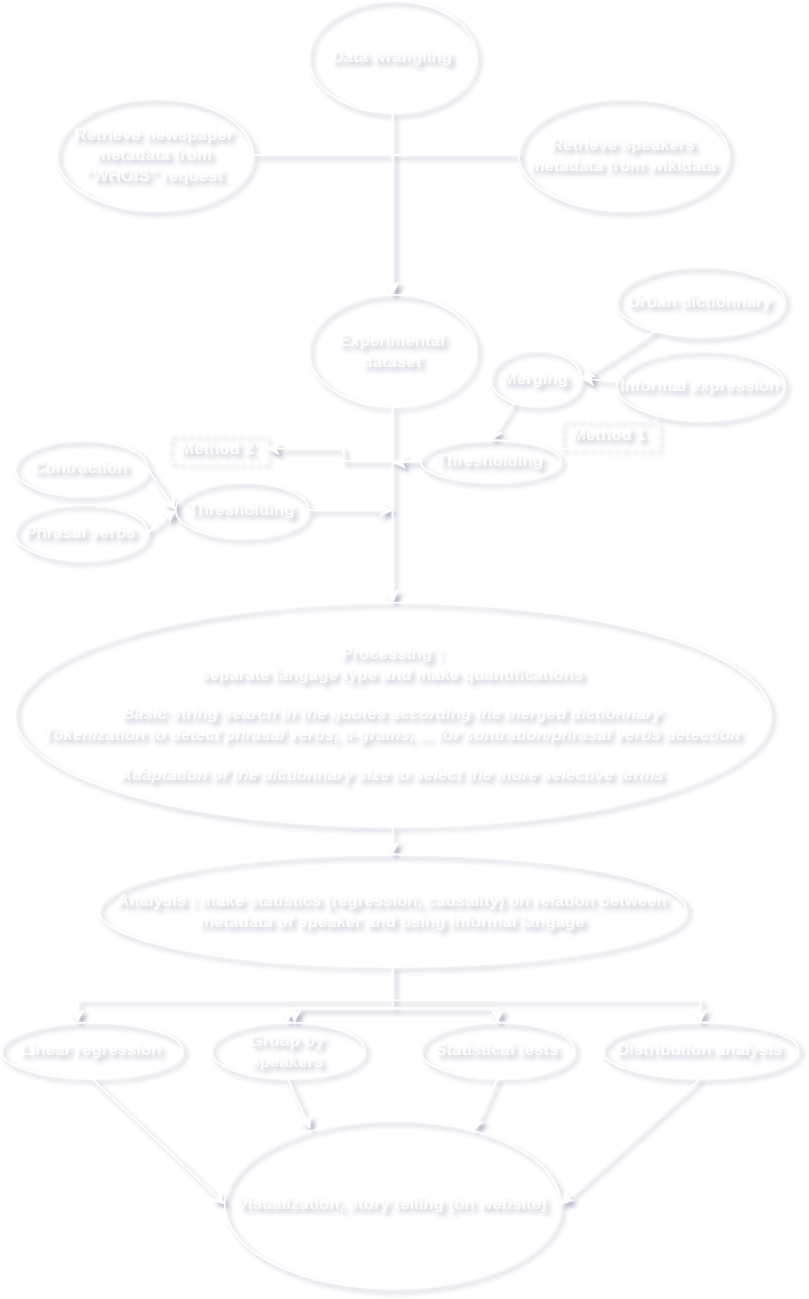
Before: test_diagram.drawio.svg, a diagram exported from draw.io (epfl-ada/ada-2021-project-adacadabra). Source tidied: cells renumbered, new cells last; positions are measured from the earlier drawing's top-left corner, leaving out a move shared by most shapes.
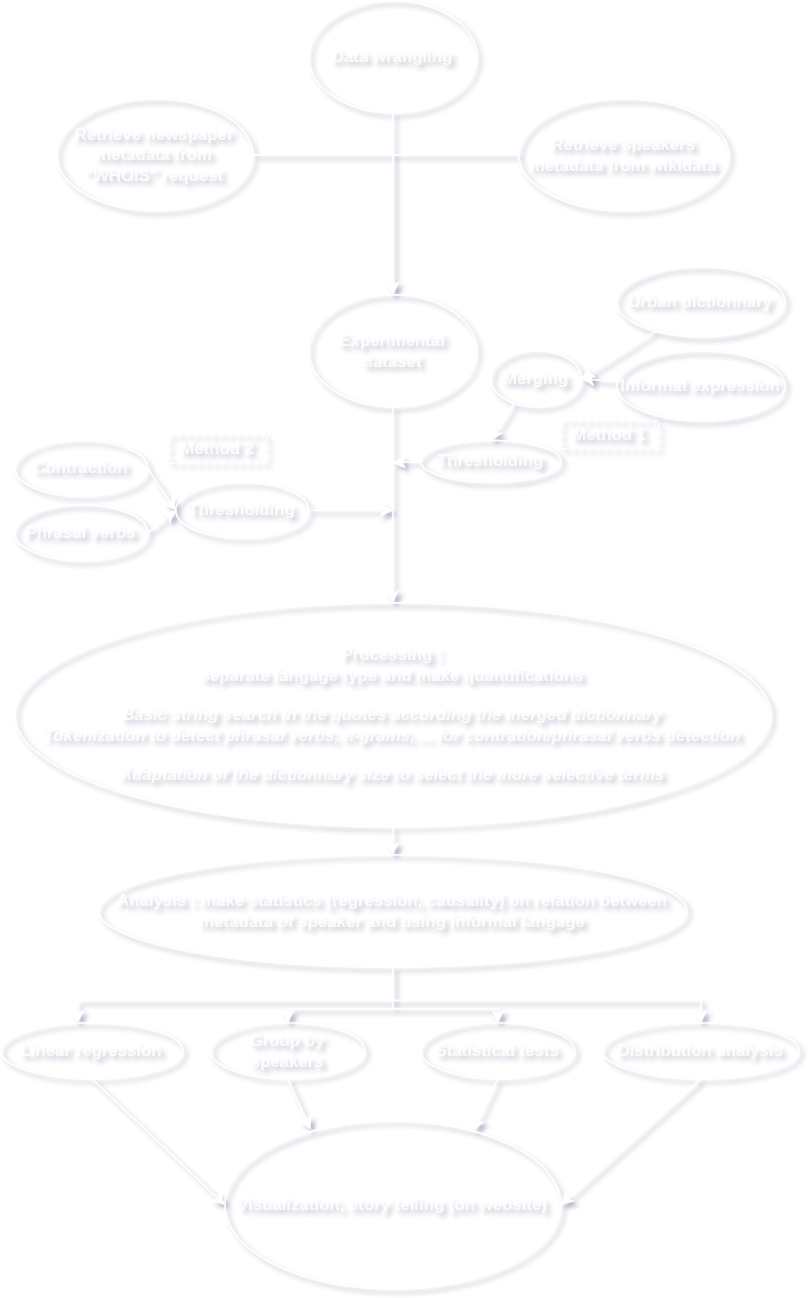
Later version of the same file.

Change to the diagram source:
```diff
@@ -57,9 +57,6 @@
     <mxCell id="17" value="Thresholding" style="ellipse;whiteSpace=wrap;html=1;fillColor=none;strokeColor=#FFFFFF;labelBackgroundColor=none;fontColor=#FFFFFF;strokeWidth=1;textOpacity=70;fontStyle=1;" parent="1" vertex="1">
       <mxGeometry x="125" y="344" width="95" height="40" as="geometry" />
     </mxCell>
-    <mxCell id="18" style="edgeStyle=orthogonalEdgeStyle;rounded=0;jettySize=auto;html=1;strokeColor=#FFFFFF;labelBackgroundColor=none;fontColor=#FFFFFF;strokeWidth=1;textOpacity=70;fontStyle=1;" parent="1" edge="1" source="19" target="27">
-      <mxGeometry relative="1" as="geometry" />
-    </mxCell>
     <mxCell id="19" value="Thresholding" style="ellipse;whiteSpace=wrap;html=1;fillColor=none;strokeColor=#FFFFFF;labelBackgroundColor=none;fontColor=#FFFFFF;strokeWidth=1;textOpacity=70;fontStyle=1;" parent="1" vertex="1">
       <mxGeometry x="300" y="314" width="100" height="30" as="geometry" />
     </mxCell>
@@ -158,14 +155,5 @@
     <mxCell id="42" style="edgeStyle=none;rounded=0;jettySize=auto;html=1;entryX=0.5;entryY=0;entryDx=0;entryDy=0;exitX=0.5;exitY=1;exitDx=0;exitDy=0;strokeColor=#FFFFFF;labelBackgroundColor=none;fontColor=#FFFFFF;strokeWidth=1;textOpacity=70;fontStyle=1;" parent="1" edge="1" source="10" target="4">
       <mxGeometry relative="1" as="geometry" />
     </mxCell>
-    <mxCell id="43" style="edgeStyle=orthogonalEdgeStyle;rounded=0;orthogonalLoop=1;jettySize=auto;html=1;entryX=0.5;entryY=0;entryDx=0;entryDy=0;strokeColor=#FFFFFF;labelBackgroundColor=none;fontColor=#FFFFFF;strokeWidth=1;textOpacity=70;fontStyle=1;" parent="1" edge="1">
-      <mxGeometry relative="1" as="geometry">
-        <mxPoint x="285" y="720" as="sourcePoint" />
-        <mxPoint x="210" y="730" as="targetPoint" />
-        <Array as="points">
-          <mxPoint x="210" y="720" />
-        </Array>
-      </mxGeometry>
-    </mxCell>
   </root>
 </mxGraphModel>
```
